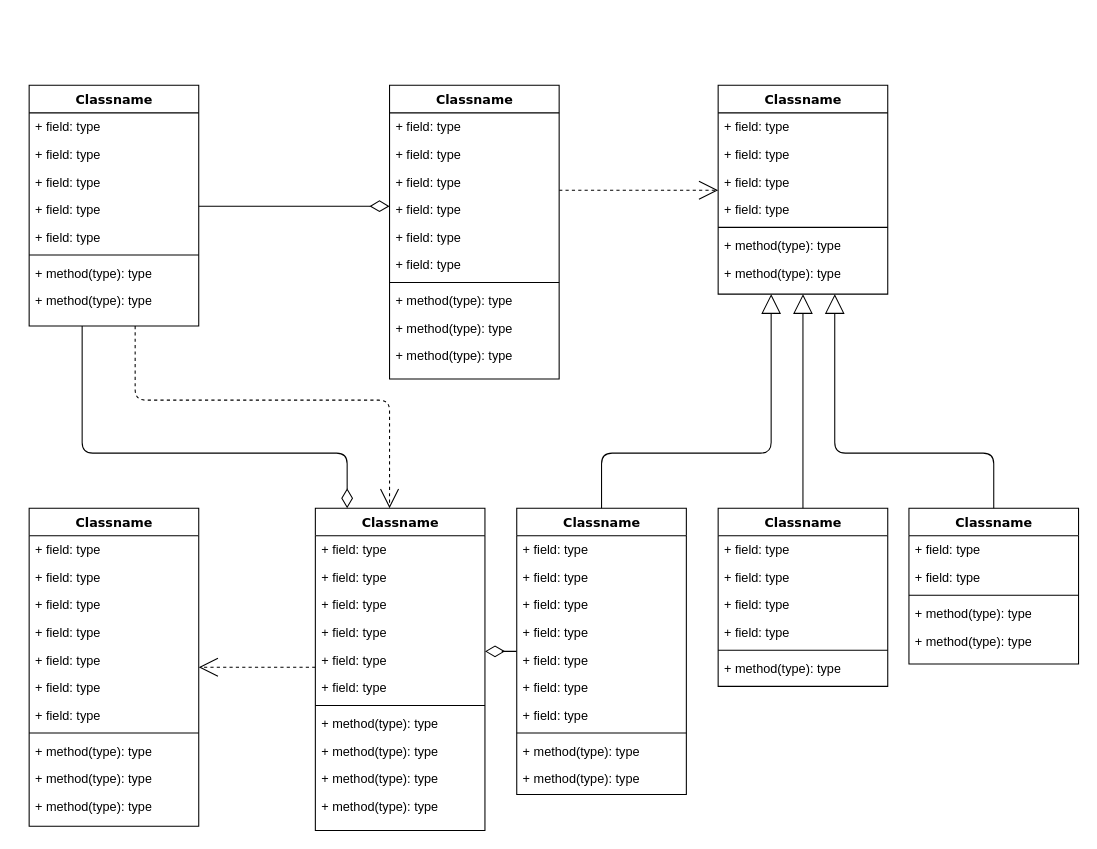
The draw.io diagram Untitled Diagram.drawio in adonisja/LyPartisan, before the edit. Source tidied: cells renumbered, new cells numbered last; positions are measured from the earlier drawing's top-left corner, leaving out a move shared by most shapes. Both pictures are drawn from the tidied source at 106%, with x=0, y=0 at pixel (29, 85).
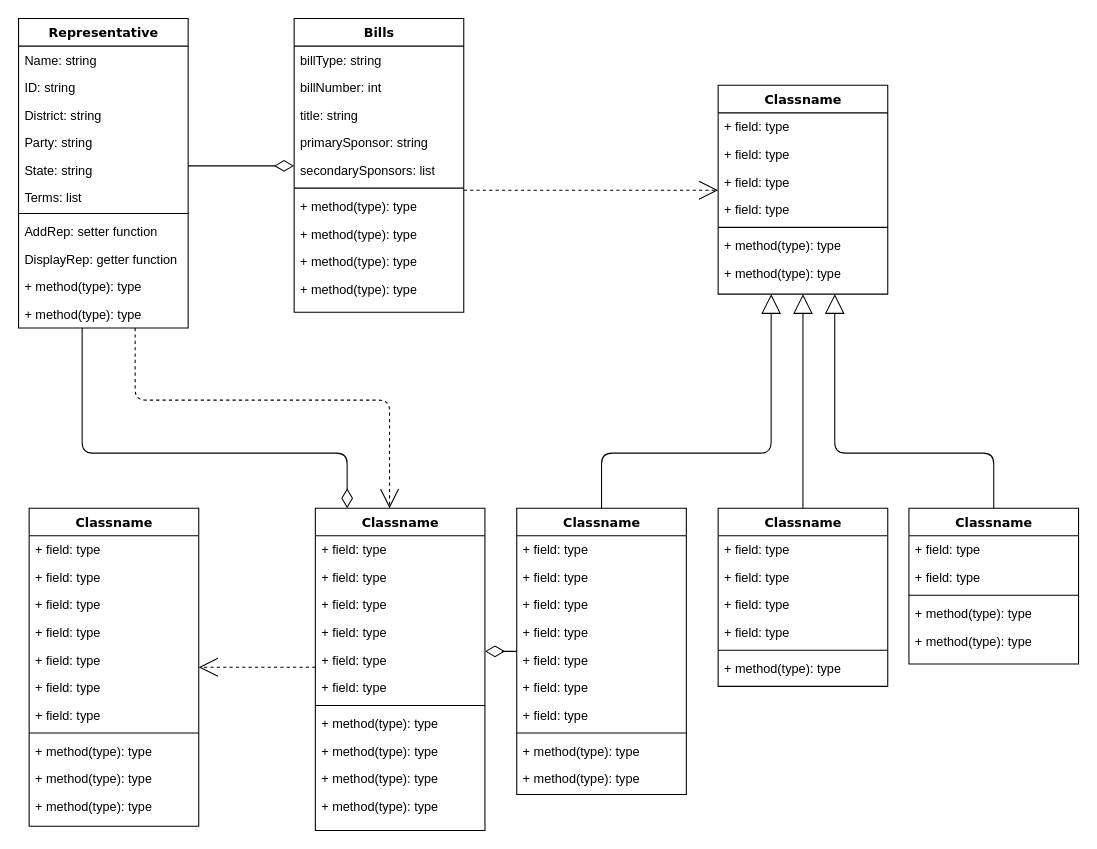
Above is the later version.

The edit, as a diff of the source:
```diff
@@
-    <mxCell id="4" value="Classname" style="swimlane;html=1;fontStyle=1;align=center;verticalAlign=top;horizontal=1;startSize=26;swimlaneFillColor=#ffffff;rounded=0;shadow=0;comic=0;labelBackgroundColor=none;strokeWidth=1;fillColor=none;fontFamily=Verdana;fontSize=12;" parent="1" vertex="1">
-      <mxGeometry width="160" height="227" as="geometry" />
+    <mxCell id="4" value="Representative" style="swimlane;html=1;fontStyle=1;align=center;verticalAlign=top;horizontal=1;startSize=26;swimlaneFillColor=#ffffff;rounded=0;shadow=0;comic=0;labelBackgroundColor=none;strokeWidth=1;fillColor=none;fontFamily=Verdana;fontSize=12;" parent="1" vertex="1">
+      <mxGeometry x="-10" y="-63" width="160" height="292" as="geometry" />
     </mxCell>
-    <mxCell id="5" value="+ field: type" style="text;html=1;strokeColor=none;fillColor=none;align=left;verticalAlign=top;spacingLeft=4;spacingRight=4;whiteSpace=wrap;overflow=hidden;" parent="4" vertex="1">
+    <mxCell id="5" value="Name: string" style="text;html=1;strokeColor=none;fillColor=none;align=left;verticalAlign=top;spacingLeft=4;spacingRight=4;whiteSpace=wrap;overflow=hidden;" parent="4" vertex="1">
       <mxGeometry y="26" width="160" height="26" as="geometry" />
     </mxCell>
-    <mxCell id="6" value="+ field: type" style="text;html=1;strokeColor=none;fillColor=none;align=left;verticalAlign=top;spacingLeft=4;spacingRight=4;whiteSpace=wrap;overflow=hidden;" parent="4" vertex="1">
+    <mxCell id="6" value="ID: string" style="text;html=1;strokeColor=none;fillColor=none;align=left;verticalAlign=top;spacingLeft=4;spacingRight=4;whiteSpace=wrap;overflow=hidden;" parent="4" vertex="1">
       <mxGeometry y="52" width="160" height="26" as="geometry" />
     </mxCell>
-    <mxCell id="7" value="+ field: type" style="text;html=1;strokeColor=none;fillColor=none;align=left;verticalAlign=top;spacingLeft=4;spacingRight=4;whiteSpace=wrap;overflow=hidden;" parent="4" vertex="1">
+    <mxCell id="7" value="District: string" style="text;html=1;strokeColor=none;fillColor=none;align=left;verticalAlign=top;spacingLeft=4;spacingRight=4;whiteSpace=wrap;overflow=hidden;" parent="4" vertex="1">
       <mxGeometry y="78" width="160" height="26" as="geometry" />
     </mxCell>
-    <mxCell id="8" value="+ field: type" style="text;html=1;strokeColor=none;fillColor=none;align=left;verticalAlign=top;spacingLeft=4;spacingRight=4;whiteSpace=wrap;overflow=hidden;" parent="4" vertex="1">
+    <mxCell id="8" value="Party: string" style="text;html=1;strokeColor=none;fillColor=none;align=left;verticalAlign=top;spacingLeft=4;spacingRight=4;whiteSpace=wrap;overflow=hidden;" parent="4" vertex="1">
       <mxGeometry y="104" width="160" height="26" as="geometry" />
     </mxCell>
-    <mxCell id="9" value="+ field: type" style="text;html=1;strokeColor=none;fillColor=none;align=left;verticalAlign=top;spacingLeft=4;spacingRight=4;whiteSpace=wrap;overflow=hidden;" parent="4" vertex="1">
+    <mxCell id="9" value="State: string&lt;div&gt;&lt;br&gt;&lt;/div&gt;" style="text;html=1;strokeColor=none;fillColor=none;align=left;verticalAlign=top;spacingLeft=4;spacingRight=4;whiteSpace=wrap;overflow=hidden;" parent="4" vertex="1">
       <mxGeometry y="130" width="160" height="26" as="geometry" />
     </mxCell>
+    <mxCell id="87" value="&lt;div&gt;Terms: list&lt;/div&gt;" style="text;html=1;strokeColor=none;fillColor=none;align=left;verticalAlign=top;spacingLeft=4;spacingRight=4;whiteSpace=wrap;overflow=hidden;" parent="4" vertex="1">
+      <mxGeometry y="156" width="160" height="24" as="geometry" />
+    </mxCell>
     <mxCell id="10" style="line;html=1;strokeWidth=1;fillColor=none;align=left;verticalAlign=middle;spacingTop=-1;spacingLeft=3;spacingRight=3;labelPosition=right;" parent="4" vertex="1">
-      <mxGeometry y="156" width="160" height="8" as="geometry" />
+      <mxGeometry y="180" width="160" height="8" as="geometry" />
     </mxCell>
-    <mxCell id="11" value="+ method(type): type" style="text;html=1;strokeColor=none;fillColor=none;align=left;verticalAlign=top;spacingLeft=4;spacingRight=4;whiteSpace=wrap;overflow=hidden;" parent="4" vertex="1">
-      <mxGeometry y="164" width="160" height="26" as="geometry" />
+    <mxCell id="11" value="AddRep: setter function" style="text;html=1;strokeColor=none;fillColor=none;align=left;verticalAlign=top;spacingLeft=4;spacingRight=4;whiteSpace=wrap;overflow=hidden;" parent="4" vertex="1">
+      <mxGeometry y="188" width="160" height="26" as="geometry" />
     </mxCell>
-    <mxCell id="12" value="+ method(type): type" style="text;html=1;strokeColor=none;fillColor=none;align=left;verticalAlign=top;spacingLeft=4;spacingRight=4;whiteSpace=wrap;overflow=hidden;" parent="4" vertex="1">
-      <mxGeometry y="190" width="160" height="26" as="geometry" />
+    <mxCell id="12" value="DisplayRep: getter function" style="text;html=1;strokeColor=none;fillColor=none;align=left;verticalAlign=top;spacingLeft=4;spacingRight=4;whiteSpace=wrap;overflow=hidden;" parent="4" vertex="1">
+      <mxGeometry y="214" width="160" height="26" as="geometry" />
     </mxCell>
+    <mxCell id="88" value="+ method(type): type" style="text;html=1;strokeColor=none;fillColor=none;align=left;verticalAlign=top;spacingLeft=4;spacingRight=4;whiteSpace=wrap;overflow=hidden;" parent="4" vertex="1">
+      <mxGeometry y="240" width="160" height="26" as="geometry" />
+    </mxCell>
+    <mxCell id="89" value="+ method(type): type" style="text;html=1;strokeColor=none;fillColor=none;align=left;verticalAlign=top;spacingLeft=4;spacingRight=4;whiteSpace=wrap;overflow=hidden;" parent="4" vertex="1">
+      <mxGeometry y="266" width="160" height="26" as="geometry" />
+    </mxCell>
@@
-    <mxCell id="14" value="Classname" style="swimlane;html=1;fontStyle=1;align=center;verticalAlign=top;horizontal=1;startSize=26;swimlaneFillColor=#ffffff;rounded=0;shadow=0;comic=0;labelBackgroundColor=none;strokeWidth=1;fillColor=none;fontFamily=Verdana;fontSize=12;" parent="1" vertex="1">
-      <mxGeometry x="340" width="160" height="277" as="geometry" />
+    <mxCell id="14" value="Bills" style="swimlane;html=1;fontStyle=1;align=center;verticalAlign=top;horizontal=1;startSize=26;swimlaneFillColor=#ffffff;rounded=0;shadow=0;comic=0;labelBackgroundColor=none;strokeWidth=1;fillColor=none;fontFamily=Verdana;fontSize=12;" parent="1" vertex="1">
+      <mxGeometry x="250" y="-63" width="160" height="277" as="geometry" />
     </mxCell>
-    <mxCell id="15" value="+ field: type" style="text;html=1;strokeColor=none;fillColor=none;align=left;verticalAlign=top;spacingLeft=4;spacingRight=4;whiteSpace=wrap;overflow=hidden;" parent="14" vertex="1">
+    <mxCell id="15" value="billType: string" style="text;html=1;strokeColor=none;fillColor=none;align=left;verticalAlign=top;spacingLeft=4;spacingRight=4;whiteSpace=wrap;overflow=hidden;" parent="14" vertex="1">
       <mxGeometry y="26" width="160" height="26" as="geometry" />
     </mxCell>
-    <mxCell id="16" value="+ field: type" style="text;html=1;strokeColor=none;fillColor=none;align=left;verticalAlign=top;spacingLeft=4;spacingRight=4;whiteSpace=wrap;overflow=hidden;" parent="14" vertex="1">
+    <mxCell id="16" value="billNumber: int" style="text;html=1;strokeColor=none;fillColor=none;align=left;verticalAlign=top;spacingLeft=4;spacingRight=4;whiteSpace=wrap;overflow=hidden;" parent="14" vertex="1">
       <mxGeometry y="52" width="160" height="26" as="geometry" />
     </mxCell>
-    <mxCell id="17" value="+ field: type" style="text;html=1;strokeColor=none;fillColor=none;align=left;verticalAlign=top;spacingLeft=4;spacingRight=4;whiteSpace=wrap;overflow=hidden;" parent="14" vertex="1">
+    <mxCell id="17" value="title: string" style="text;html=1;strokeColor=none;fillColor=none;align=left;verticalAlign=top;spacingLeft=4;spacingRight=4;whiteSpace=wrap;overflow=hidden;" parent="14" vertex="1">
       <mxGeometry y="78" width="160" height="26" as="geometry" />
     </mxCell>
-    <mxCell id="18" value="+ field: type" style="text;html=1;strokeColor=none;fillColor=none;align=left;verticalAlign=top;spacingLeft=4;spacingRight=4;whiteSpace=wrap;overflow=hidden;" parent="14" vertex="1">
+    <mxCell id="18" value="primarySponsor: string" style="text;html=1;strokeColor=none;fillColor=none;align=left;verticalAlign=top;spacingLeft=4;spacingRight=4;whiteSpace=wrap;overflow=hidden;" parent="14" vertex="1">
       <mxGeometry y="104" width="160" height="26" as="geometry" />
     </mxCell>
-    <mxCell id="19" value="+ field: type" style="text;html=1;strokeColor=none;fillColor=none;align=left;verticalAlign=top;spacingLeft=4;spacingRight=4;whiteSpace=wrap;overflow=hidden;" parent="14" vertex="1">
+    <mxCell id="19" value="secondarySponsors: list" style="text;html=1;strokeColor=none;fillColor=none;align=left;verticalAlign=top;spacingLeft=4;spacingRight=4;whiteSpace=wrap;overflow=hidden;" parent="14" vertex="1">
       <mxGeometry y="130" width="160" height="26" as="geometry" />
     </mxCell>
-    <mxCell id="20" value="+ field: type" style="text;html=1;strokeColor=none;fillColor=none;align=left;verticalAlign=top;spacingLeft=4;spacingRight=4;whiteSpace=wrap;overflow=hidden;" parent="14" vertex="1">
-      <mxGeometry y="156" width="160" height="26" as="geometry" />
-    </mxCell>
     <mxCell id="21" style="line;html=1;strokeWidth=1;fillColor=none;align=left;verticalAlign=middle;spacingTop=-1;spacingLeft=3;spacingRight=3;labelPosition=right;" parent="14" vertex="1">
-      <mxGeometry y="182" width="160" height="8" as="geometry" />
+      <mxGeometry y="156" width="160" height="8" as="geometry" />
     </mxCell>
     <mxCell id="22" value="+ method(type): type" style="text;html=1;strokeColor=none;fillColor=none;align=left;verticalAlign=top;spacingLeft=4;spacingRight=4;whiteSpace=wrap;overflow=hidden;" parent="14" vertex="1">
-      <mxGeometry y="190" width="160" height="26" as="geometry" />
+      <mxGeometry y="164" width="160" height="26" as="geometry" />
     </mxCell>
     <mxCell id="23" value="+ method(type): type" style="text;html=1;strokeColor=none;fillColor=none;align=left;verticalAlign=top;spacingLeft=4;spacingRight=4;whiteSpace=wrap;overflow=hidden;" parent="14" vertex="1">
-      <mxGeometry y="216" width="160" height="26" as="geometry" />
+      <mxGeometry y="190" width="160" height="26" as="geometry" />
     </mxCell>
     <mxCell id="24" value="+ method(type): type" style="text;html=1;strokeColor=none;fillColor=none;align=left;verticalAlign=top;spacingLeft=4;spacingRight=4;whiteSpace=wrap;overflow=hidden;" parent="14" vertex="1">
-      <mxGeometry y="242" width="160" height="26" as="geometry" />
+      <mxGeometry y="216" width="160" height="26" as="geometry" />
     </mxCell>
+    <mxCell id="90" value="+ method(type): type" style="text;html=1;strokeColor=none;fillColor=none;align=left;verticalAlign=top;spacingLeft=4;spacingRight=4;whiteSpace=wrap;overflow=hidden;" parent="14" vertex="1">
+      <mxGeometry y="242" width="160" height="26" as="geometry" />
+    </mxCell>
```
